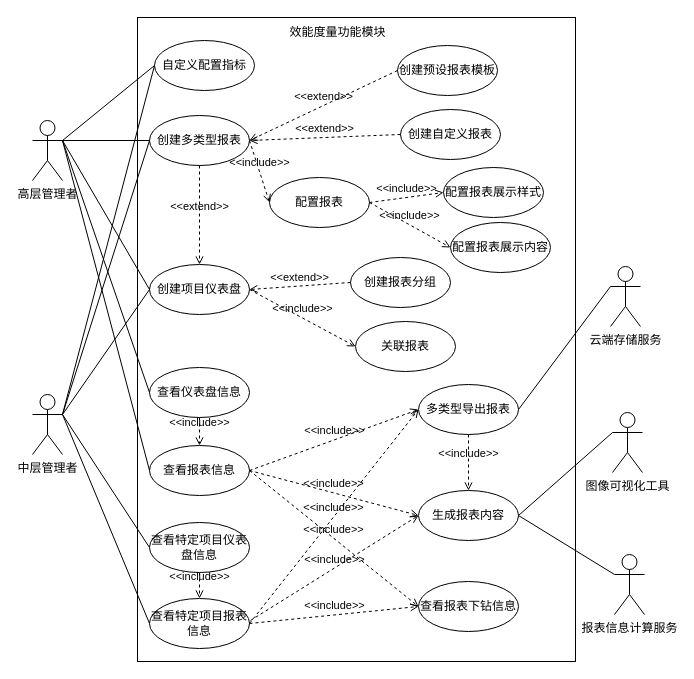
qf2020/drawio keeps this draw.io diagram as 效能度量模块用例图.drawio. Above is the earlier version. Source tidied: cells renumbered, new cells numbered last; positions are measured from the earlier drawing's top-left corner, leaving out a move shared by most shapes. Both pictures are drawn from the tidied source at 100%, with x=0, y=0 at pixel (32, 17).
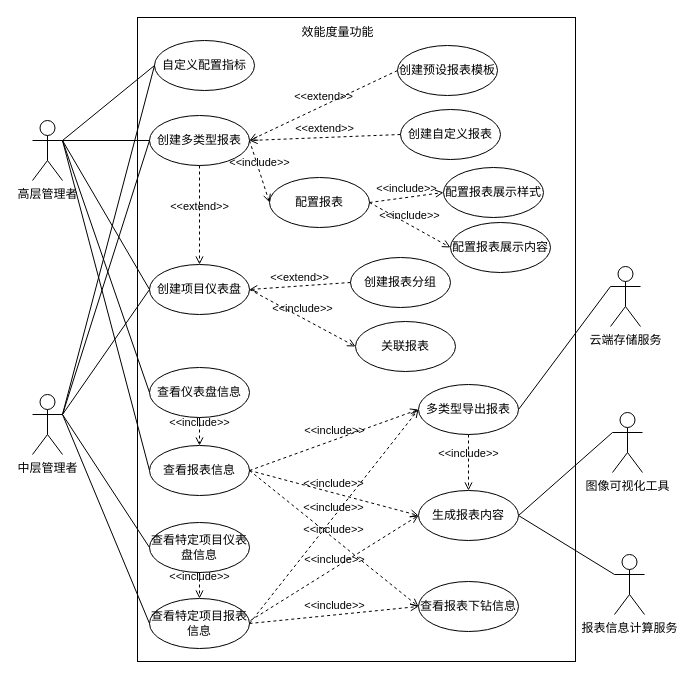
After the change.

Commit message:
更新效能度量模块用例图.drawio

The edit, as a diff of the source:
```diff
@@
-    <mxCell id="4" value="效能度量功能模块" style="text;html=1;align=center;verticalAlign=middle;whiteSpace=wrap;rounded=0;" parent="1" vertex="1">
+    <mxCell id="4" value="效能度量功能" style="text;html=1;align=center;verticalAlign=middle;whiteSpace=wrap;rounded=0;" parent="1" vertex="1">
       <mxGeometry x="256" width="99" height="30" as="geometry" />
     </mxCell>
```
